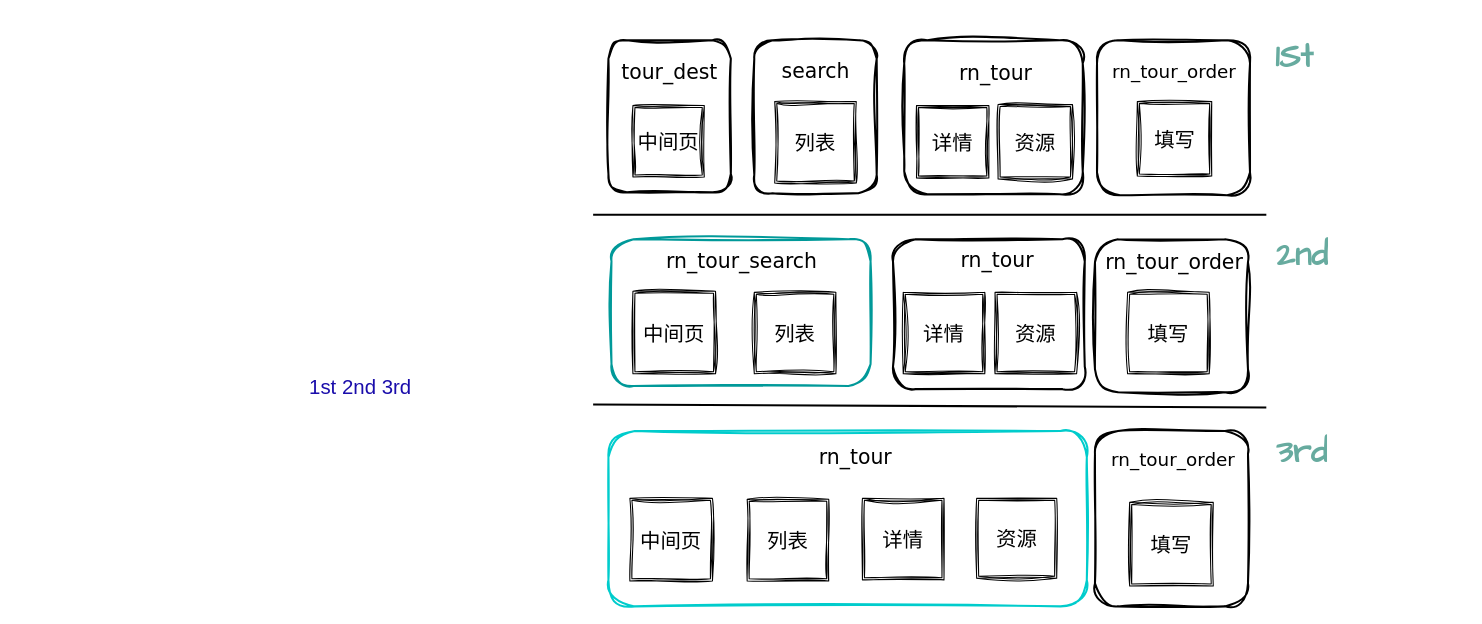
The draw.io diagram page "bundle优化" (5 of 6) of performance/list优化.drawio in weixiaoH/free, before the edit. Source tidied: cells renumbered, new cells numbered last; positions are measured from the earlier drawing's top-left corner, leaving out a move shared by most shapes. Both pictures are drawn from the tidied source at 102%, with x=0, y=0 at pixel (307, 28).
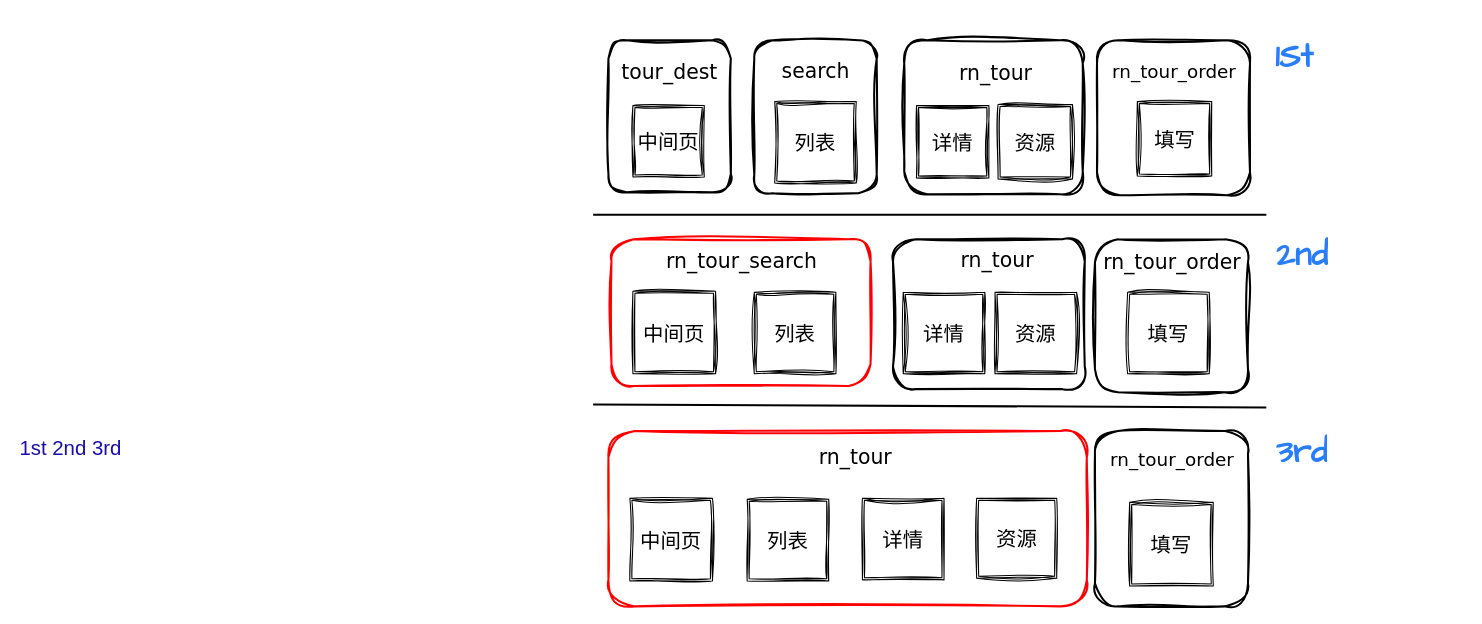
After the change.

The edit, as a diff of the source:
```diff
@@
-    <mxCell id="13" style="rounded=1;whiteSpace=wrap;html=1;strokeWidth=2;fillWeight=4;hachureGap=8;hachureAngle=45;fillColor=none;sketch=1;jiggle=2;curveFitting=1;fontFamily=Verdana;fontSize=20;strokeColor=#009999;" parent="1" vertex="1">
+    <mxCell id="13" style="rounded=1;whiteSpace=wrap;html=1;strokeWidth=2;fillWeight=4;hachureGap=8;hachureAngle=45;fillColor=none;sketch=1;jiggle=2;curveFitting=1;fontFamily=Verdana;fontSize=20;strokeColor=#FF0000;" parent="1" vertex="1">
       <mxGeometry x="298" y="207" width="254" height="144" as="geometry" />
     </mxCell>
@@
-    <mxCell id="19" style="rounded=1;whiteSpace=wrap;html=1;strokeWidth=2;fillWeight=4;hachureGap=8;hachureAngle=45;fillColor=none;sketch=1;jiggle=2;curveFitting=1;fontFamily=Verdana;fontSize=20;strokeColor=#00CCCC;" parent="1" vertex="1">
+    <mxCell id="19" style="rounded=1;whiteSpace=wrap;html=1;strokeWidth=2;fillWeight=4;hachureGap=8;hachureAngle=45;fillColor=none;fontFamily=Verdana;fontSize=20;strokeColor=#FF0000;glass=0;shadow=0;sketch=1;curveFitting=1;jiggle=2;" parent="1" vertex="1">
       <mxGeometry x="295" y="395" width="469" height="172" as="geometry" />
     </mxCell>
@@
     <mxCell id="27" value="&lt;span style=&quot;color: rgb(0, 0, 0); font-family: Verdana; font-size: 20px; font-style: normal; font-variant-ligatures: normal; font-variant-caps: normal; font-weight: 400; letter-spacing: normal; orphans: 2; text-indent: 0px; text-transform: none; widows: 2; word-spacing: 0px; -webkit-text-stroke-width: 0px; background-color: rgb(255, 255, 255); text-decoration-thickness: initial; text-decoration-style: initial; text-decoration-color: initial; float: none; display: inline !important;&quot;&gt;rn_tour_order&lt;/span&gt;" style="text;whiteSpace=wrap;html=1;fontSize=16;fontFamily=Architects Daughter;fontColor=#67AB9F;align=center;" parent="1" vertex="1">
-      <mxGeometry x="782" y="211" width="136" height="47" as="geometry" />
+      <mxGeometry x="780" y="211" width="136" height="47" as="geometry" />
     </mxCell>
@@
     <mxCell id="33" value="&lt;span style=&quot;color: rgb(0, 0, 0); font-family: Verdana; font-size: 18px; font-style: normal; font-variant-ligatures: normal; font-variant-caps: normal; font-weight: 400; letter-spacing: normal; orphans: 2; text-indent: 0px; text-transform: none; widows: 2; word-spacing: 0px; -webkit-text-stroke-width: 0px; background-color: rgb(255, 255, 255); text-decoration-thickness: initial; text-decoration-style: initial; text-decoration-color: initial; float: none; display: inline !important;&quot;&gt;rn_tour_order&lt;/span&gt;" style="text;whiteSpace=wrap;html=1;fontSize=16;fontFamily=Architects Daughter;fontColor=#67AB9F;align=center;" parent="1" vertex="1">
-      <mxGeometry x="781" y="406" width="136" height="47" as="geometry" />
+      <mxGeometry x="780" y="406" width="136" height="47" as="geometry" />
     </mxCell>
@@
-    <mxCell id="36" value="&lt;h1&gt;1St&lt;/h1&gt;" style="text;html=1;strokeColor=none;fillColor=none;spacing=5;spacingTop=-20;whiteSpace=wrap;overflow=hidden;rounded=0;fontSize=16;fontFamily=Architects Daughter;fontColor=#67AB9F;" parent="1" vertex="1">
+    <mxCell id="36" value="&lt;h1&gt;&lt;font color=&quot;#287dfa&quot;&gt;1St&lt;/font&gt;&lt;/h1&gt;" style="text;html=1;strokeColor=none;fillColor=none;spacing=5;spacingTop=-20;whiteSpace=wrap;overflow=hidden;rounded=0;fontSize=16;fontFamily=Architects Daughter;fontColor=#67AB9F;" parent="1" vertex="1">
       <mxGeometry x="944" width="190" height="120" as="geometry" />
     </mxCell>
-    <mxCell id="37" value="&lt;h1&gt;2nd&lt;/h1&gt;" style="text;html=1;strokeColor=none;fillColor=none;spacing=5;spacingTop=-20;whiteSpace=wrap;overflow=hidden;rounded=0;fontSize=16;fontFamily=Architects Daughter;fontColor=#67AB9F;" parent="1" vertex="1">
+    <mxCell id="37" value="&lt;h1&gt;&lt;font color=&quot;#287dfa&quot;&gt;2nd&lt;/font&gt;&lt;/h1&gt;" style="text;html=1;strokeColor=none;fillColor=none;spacing=5;spacingTop=-20;whiteSpace=wrap;overflow=hidden;rounded=0;fontSize=16;fontFamily=Architects Daughter;fontColor=#67AB9F;" parent="1" vertex="1">
       <mxGeometry x="945" y="194" width="190" height="120" as="geometry" />
     </mxCell>
@@
-    <mxCell id="39" value="&lt;h1&gt;3rd&lt;/h1&gt;" style="text;html=1;strokeColor=none;fillColor=none;spacing=5;spacingTop=-20;whiteSpace=wrap;overflow=hidden;rounded=0;fontSize=16;fontFamily=Architects Daughter;fontColor=#67AB9F;" parent="1" vertex="1">
+    <mxCell id="39" value="&lt;h1&gt;&lt;font color=&quot;#287dfa&quot;&gt;3rd&lt;/font&gt;&lt;/h1&gt;" style="text;html=1;strokeColor=none;fillColor=none;spacing=5;spacingTop=-20;whiteSpace=wrap;overflow=hidden;rounded=0;fontSize=16;fontFamily=Architects Daughter;fontColor=#67AB9F;" parent="1" vertex="1">
       <mxGeometry x="945" y="387" width="190" height="120" as="geometry" />
     </mxCell>
     <mxCell id="40" value="&lt;a style=&quot;color: rgb(26, 13, 171); text-decoration: none; -webkit-tap-highlight-color: rgba(0, 0, 0, 0.1); outline: 0px; font-family: arial, sans-serif; font-size: small; font-style: normal; font-variant-ligatures: normal; font-variant-caps: normal; font-weight: 400; letter-spacing: normal; orphans: 2; text-align: left; text-indent: 0px; text-transform: none; widows: 2; word-spacing: 0px; -webkit-text-stroke-width: 0px; background-color: rgb(255, 255, 255);&quot; rel=&quot;noopener&quot; target=&quot;_blank&quot; href=&quot;https://lrt.ednet.ns.ca/PD/BLM/pdf_files/number/ordinal_numbers.pdf&quot;&gt;&lt;h3 style=&quot;font-weight: 400; margin: 0px 0px 3px; padding: 10px 0px 0px; font-size: 20px; line-height: 1.3; font-family: arial, sans-serif; display: inline-block;&quot; class=&quot;LC20lb MBeuO DKV0Md&quot;&gt;1st 2nd 3rd&lt;/h3&gt;&lt;/a&gt;" style="text;whiteSpace=wrap;html=1;fontSize=16;fontFamily=Architects Daughter;fontColor=#67AB9F;" parent="1" vertex="1">
-      <mxGeometry y="322" width="130" height="60" as="geometry" />
+      <mxGeometry x="-284" y="382" width="130" height="60" as="geometry" />
     </mxCell>
```
